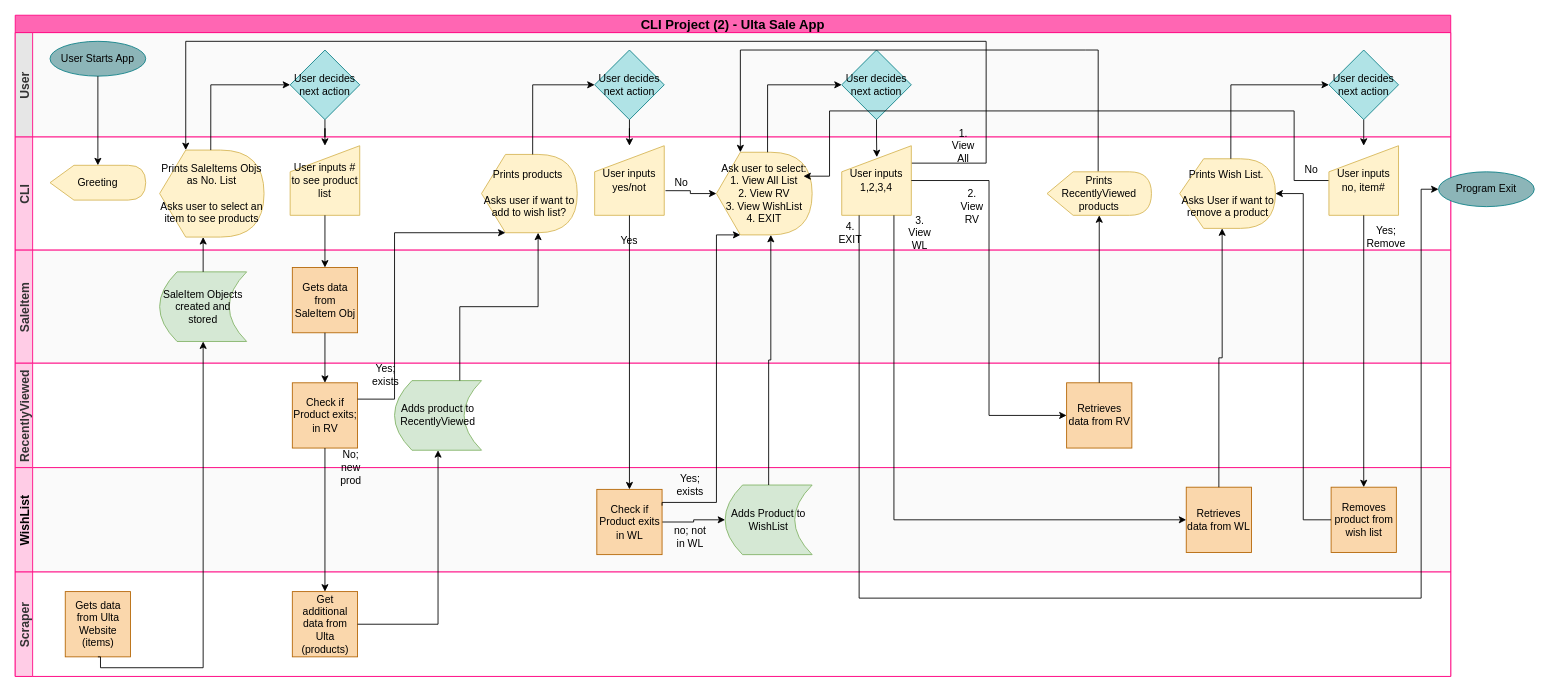
Before: CLIProject_FlowChart.drawio in ssdiaz/CLI_Project_2, a draw.io diagram. Source tidied: cells renumbered, new cells numbered last; positions are measured from the earlier drawing's top-left corner, leaving out a move shared by most shapes. Both pictures are drawn from the tidied source at 87%, with x=0, y=0 at pixel (15, 15).
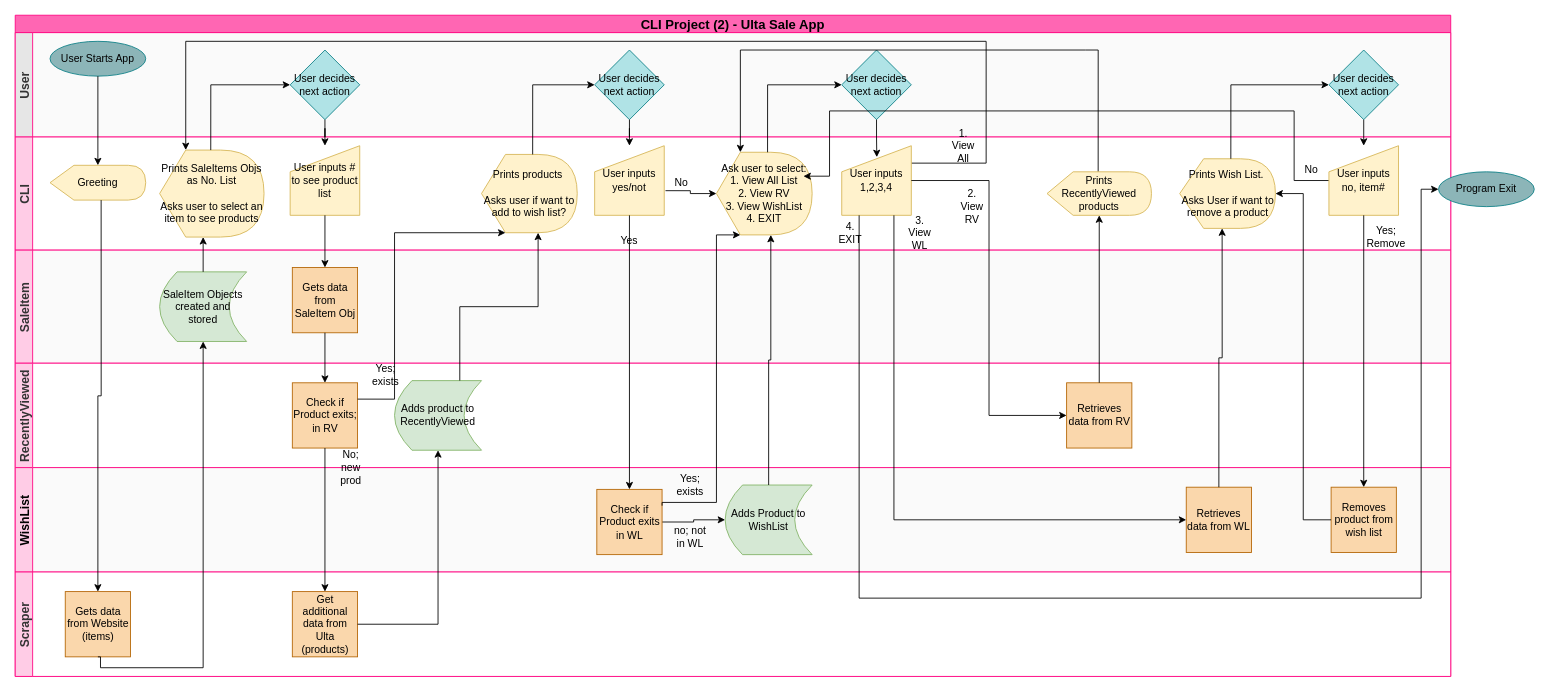
Above is the later version.

The change refers to these unchanged cells:
```xml
<mxCell id="2" value="CLI Project (2) - Ulta Sale App" style="swimlane;horizontal=1;startSize=20;fontSize=15;verticalAlign=middle;spacingTop=0;labelBorderColor=none;swimlaneLine=1;fillColor=#FF66B3;strokeColor=#FF0080;" parent="1" vertex="1">
  <mxGeometry width="1650" height="760" as="geometry" />
</mxCell>
<mxCell id="10" value="Greeting" style="shape=display;whiteSpace=wrap;html=1;fillColor=#fff2cc;strokeColor=#d6b656;" parent="9" vertex="1">
  <mxGeometry x="40" y="32.5" width="110" height="40" as="geometry" />
</mxCell>
<mxCell id="48" value="Scraper" style="swimlane;startSize=20;horizontal=0;fontColor=#333333;swimlaneFillColor=#ffffff;fillColor=#FFCCE6;labelBorderColor=none;strokeColor=#FF0080;fontSize=14;" parent="2" vertex="1">
  <mxGeometry y="640" width="1650" height="120" as="geometry" />
</mxCell>
```

Change to the diagram source:
```diff
@@
-    <mxCell id="49" value="Gets data from Ulta Website (items)" style="whiteSpace=wrap;html=1;strokeColor=#b46504;fillColor=#fad7ac;" parent="48" vertex="1">
+    <mxCell id="49" value="Gets data from Website (items)" style="whiteSpace=wrap;html=1;strokeColor=#b46504;fillColor=#fad7ac;" parent="48" vertex="1">
       <mxGeometry x="57.5" y="22.5" width="75" height="75" as="geometry" />
     </mxCell>
@@
+    <mxCell id="80" style="edgeStyle=orthogonalEdgeStyle;rounded=0;jettySize=auto;html=1;exitX=0;exitY=0;exitDx=58.75;exitDy=40;exitPerimeter=0;" parent="2" edge="1" source="10" target="49">
+      <mxGeometry relative="1" as="geometry" />
+    </mxCell>
```
